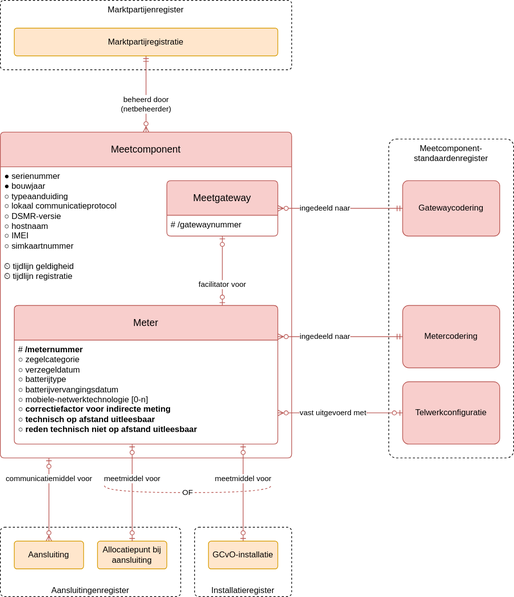
The draw.io diagram modellen/registers/meetcomponentenregister/1.0.0/model.drawio.svg in sefanja/nbnl-conceptuele-informatiemodellen, before a commit. Source tidied: cells renumbered, new cells last; positions are measured from the earlier drawing's top-left corner, leaving out a move shared by most shapes.
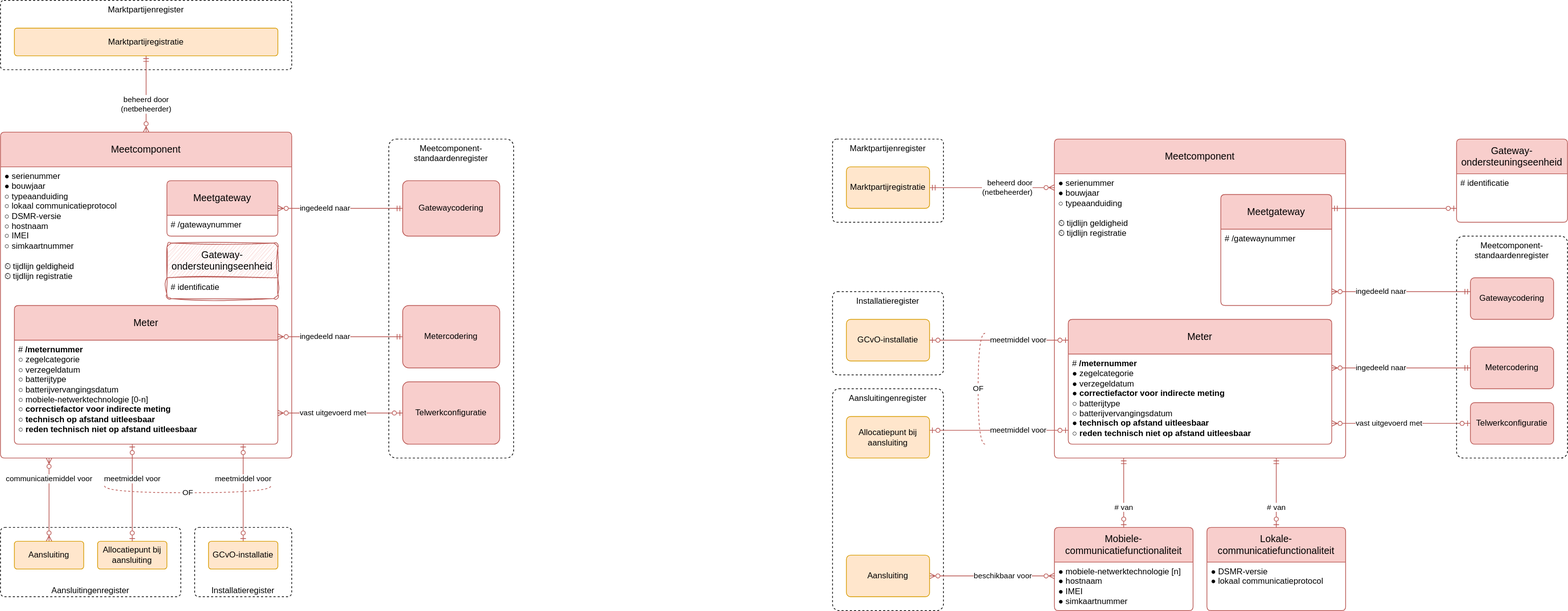
After the change.

Diff of the diagram source:
```diff
@@ -69,7 +69,7 @@
     <mxCell id="21" value="# /gatewaynummer" style="align=left;strokeColor=none;fillColor=none;spacingLeft=4;fontSize=12;verticalAlign=top;fontStyle=0;html=1;" parent="20" vertex="1">
       <mxGeometry y="50" width="160" height="30" as="geometry" />
     </mxCell>
-    <mxCell id="22" value="communicatiemiddel voor" style="edgeStyle=elbowEdgeStyle;fontSize=11;html=1;endArrow=ERzeroToMany;startArrow=ERzeroToOne;rounded=0;startFill=0;align=center;endFill=0;jumpStyle=none;fontStyle=0;fillColor=#f8cecc;strokeColor=#b85450;" parent="1" edge="1" source="6" target="23">
+    <mxCell id="22" value="communicatiemiddel voor" style="edgeStyle=elbowEdgeStyle;fontSize=11;html=1;endArrow=ERzeroToMany;startArrow=ERzeroToMany;rounded=0;startFill=0;align=center;endFill=0;jumpStyle=none;fontStyle=0;fillColor=#f8cecc;strokeColor=#b85450;" parent="1" edge="1" source="6" target="23">
       <mxGeometry x="-0.5" relative="1" as="geometry" />
     </mxCell>
     <mxCell id="23" value="Aansluiting" style="rounded=1;arcSize=10;whiteSpace=wrap;html=1;align=center;fillColor=#ffe6cc;strokeColor=#d79b00;" parent="1" vertex="1">
@@ -84,8 +84,126 @@
     <mxCell id="26" value="Telwerkconfiguratie" style="rounded=1;arcSize=10;whiteSpace=wrap;html=1;align=center;fillColor=#f8cecc;verticalAlign=middle;strokeColor=#b85450;" parent="1" vertex="1">
       <mxGeometry x="580" y="550" width="140" height="90" as="geometry" />
     </mxCell>
-    <mxCell id="27" value="facilitator voor" style="edgeStyle=elbowEdgeStyle;fontSize=11;html=1;endArrow=ERzeroToOne;startArrow=ERzeroToOne;rounded=1;startFill=0;align=center;endFill=0;jumpStyle=none;fontStyle=0;fillColor=#f8cecc;strokeColor=#b85450;" parent="1" edge="1" source="9" target="20">
-      <mxGeometry x="-0.4" relative="1" as="geometry" />
-    </mxCell>
+    <mxCell id="28" value="&lt;div&gt;Gateway-ondersteuningseenheid&lt;/div&gt;" style="swimlane;horizontal=1;startSize=50;rounded=1;fontSize=14;fontStyle=0;strokeWidth=1;shadow=0;dashed=0;align=center;fillColor=#f8cecc;strokeColor=#b85450;arcSize=4;whiteSpace=wrap;html=1;sketch=1;curveFitting=1;jiggle=2;" parent="1" vertex="1">
+      <mxGeometry x="240" y="350" width="160" height="80" as="geometry" />
+    </mxCell>
+    <mxCell id="29" value="# identificatie" style="align=left;strokeColor=none;fillColor=none;spacingLeft=4;fontSize=12;verticalAlign=top;fontStyle=0;html=1;" parent="28" vertex="1">
+      <mxGeometry y="50" width="160" height="30" as="geometry" />
+    </mxCell>
+    <mxCell id="30" value="Meetcomponent-standaardenregister" style="rounded=1;whiteSpace=wrap;html=1;dashed=1;verticalAlign=top;arcSize=6;" parent="1" vertex="1">
+      <mxGeometry x="2100" y="340" width="160" height="320" as="geometry" />
+    </mxCell>
+    <mxCell id="31" value="vast uitgevoerd&amp;nbsp;&lt;span style=&quot;background-color: light-dark(#ffffff, var(--ge-dark-color, #121212)); color: light-dark(rgb(0, 0, 0), rgb(255, 255, 255));&quot;&gt;met&lt;/span&gt;" style="endArrow=ERzeroToOne;html=1;rounded=0;startArrow=ERzeroToMany;startFill=0;endFill=0;edgeStyle=elbowEdgeStyle;align=left;fillColor=#f8cecc;strokeColor=#b85450;elbow=vertical;" parent="1" edge="1" source="37" target="53">
+      <mxGeometry x="-0.67" relative="1" as="geometry" />
+    </mxCell>
+    <mxCell id="32" value="ingedeeld naar" style="endArrow=ERmandOne;html=1;rounded=0;endFill=0;startArrow=ERzeroToMany;startFill=0;edgeStyle=elbowEdgeStyle;fillColor=#f8cecc;strokeColor=#b85450;align=left;elbow=vertical;" parent="1" edge="1" source="47" target="51">
+      <mxGeometry x="-0.67" relative="1" as="geometry" />
+    </mxCell>
+    <mxCell id="33" value="ingedeeld naar" style="edgeStyle=elbowEdgeStyle;fontSize=11;html=1;endArrow=ERmandOne;startArrow=ERzeroToMany;rounded=0;endFill=0;fontStyle=0;align=left;startFill=0;fillColor=#f8cecc;strokeColor=#b85450;elbow=vertical;" parent="1" edge="1" source="37" target="52">
+      <mxGeometry x="-0.67" relative="1" as="geometry" />
+    </mxCell>
+    <mxCell id="34" value="Meetcomponent" style="swimlane;horizontal=1;startSize=50;rounded=1;fontSize=14;fontStyle=0;strokeWidth=1;shadow=0;dashed=0;align=center;fillColor=#f8cecc;strokeColor=#b85450;arcSize=4;whiteSpace=wrap;html=1;" parent="1" vertex="1">
+      <mxGeometry x="1520" y="200" width="420" height="460" as="geometry" />
+    </mxCell>
+    <mxCell id="35" value="●&amp;nbsp;serienummer&lt;br&gt;●&amp;nbsp;bouwjaar&lt;br&gt;&lt;div&gt;&lt;/div&gt;&lt;div&gt;○ typeaanduiding&lt;/div&gt;&lt;div&gt;&lt;br&gt;&lt;/div&gt;&lt;div&gt;&lt;span style=&quot;background-color: transparent;&quot;&gt;⏲ tijdlijn geldigheid&lt;/span&gt;&lt;/div&gt;&lt;div&gt;⏲ tijdlijn registratie&lt;span style=&quot;background-color: transparent;&quot;&gt;&lt;/span&gt;&lt;/div&gt;" style="align=left;strokeColor=none;fillColor=none;spacingLeft=4;fontSize=12;verticalAlign=top;fontStyle=0;html=1;" parent="34" vertex="1">
+      <mxGeometry y="50" width="420" height="410" as="geometry" />
+    </mxCell>
+    <mxCell id="36" value="Aansluitingenregister" style="rounded=1;whiteSpace=wrap;html=1;dashed=1;verticalAlign=top;arcSize=6;" parent="1" vertex="1">
+      <mxGeometry x="1200" y="560" width="160" height="320" as="geometry" />
+    </mxCell>
+    <mxCell id="37" value="Meter" style="swimlane;horizontal=1;startSize=50;rounded=1;fontSize=14;fontStyle=0;strokeWidth=1;shadow=0;dashed=0;align=center;fillColor=#f8cecc;strokeColor=#b85450;arcSize=4;whiteSpace=wrap;html=1;" parent="1" vertex="1">
+      <mxGeometry x="1540" y="460" width="380" height="180" as="geometry" />
+    </mxCell>
+    <mxCell id="38" value="&lt;div&gt;&lt;div&gt;#&amp;nbsp;&lt;b&gt;/meternummer&lt;/b&gt;&lt;/div&gt;&lt;div&gt;&lt;/div&gt;&lt;/div&gt;&lt;div&gt;&lt;span style=&quot;background-color: transparent; color: light-dark(rgb(0, 0, 0), rgb(255, 255, 255));&quot;&gt;●&lt;/span&gt;&lt;span style=&quot;background-color: initial; color: light-dark(rgb(0, 0, 0), rgb(255, 255, 255));&quot;&gt;&amp;nbsp;zegelcategorie&lt;/span&gt;&lt;/div&gt;&lt;div&gt;&lt;div&gt;&lt;span style=&quot;background-color: transparent; color: light-dark(rgb(0, 0, 0), rgb(255, 255, 255));&quot;&gt;●&lt;/span&gt;&amp;nbsp;verzegeldatum&lt;/div&gt;&lt;div&gt;&lt;span style=&quot;background-color: transparent; color: light-dark(rgb(0, 0, 0), rgb(255, 255, 255));&quot;&gt;●&lt;/span&gt;&lt;span style=&quot;background-color: transparent; color: light-dark(rgb(0, 0, 0), rgb(255, 255, 255));&quot;&gt;&amp;nbsp;&lt;/span&gt;&lt;b style=&quot;background-color: transparent; color: light-dark(rgb(0, 0, 0), rgb(255, 255, 255));&quot;&gt;correctiefactor&amp;nbsp;voor indirecte meting&lt;/b&gt;&lt;/div&gt;&lt;div&gt;&lt;div&gt;&lt;span style=&quot;background-color: transparent; color: light-dark(rgb(0, 0, 0), rgb(255, 255, 255));&quot;&gt;○ batterijtype&lt;/span&gt;&lt;/div&gt;&lt;div&gt;○ batterijvervangingsdatum&lt;/div&gt;&lt;div&gt;&lt;/div&gt;&lt;div&gt;&lt;span style=&quot;background-color: transparent; color: light-dark(rgb(0, 0, 0), rgb(255, 255, 255));&quot;&gt;●&lt;/span&gt;&lt;span style=&quot;background-color: initial; color: light-dark(rgb(0, 0, 0), rgb(255, 255, 255));&quot;&gt;&amp;nbsp;&lt;/span&gt;&lt;span style=&quot;background-color: initial; color: light-dark(rgb(0, 0, 0), rgb(255, 255, 255));&quot;&gt;&lt;b&gt;technisch op afstand uitleesbaar&lt;/b&gt;&lt;/span&gt;&lt;/div&gt;&lt;div&gt;○&amp;nbsp;&lt;b&gt;reden technisch niet op afstand&amp;nbsp;&lt;span style=&quot;background-color: transparent; color: light-dark(rgb(0, 0, 0), rgb(255, 255, 255));&quot;&gt;uitleesbaar&lt;/span&gt;&lt;/b&gt;&lt;/div&gt;&lt;/div&gt;&lt;/div&gt;" style="align=left;strokeColor=none;fillColor=none;spacingLeft=4;fontSize=12;verticalAlign=top;fontStyle=0;html=1;" parent="37" vertex="1">
+      <mxGeometry y="50" width="380" height="130" as="geometry" />
+    </mxCell>
+    <mxCell id="39" value="Installatieregister" style="rounded=1;whiteSpace=wrap;html=1;dashed=1;verticalAlign=top;arcSize=6;" parent="1" vertex="1">
+      <mxGeometry x="1200" y="420" width="160" height="120" as="geometry" />
+    </mxCell>
+    <mxCell id="40" value="meetmiddel voor" style="edgeStyle=elbowEdgeStyle;fontSize=11;html=1;endArrow=ERzeroToOne;startArrow=ERzeroToOne;rounded=0;startFill=0;align=right;endFill=0;fontStyle=0;fillColor=#f8cecc;strokeColor=#b85450;elbow=vertical;" parent="1" edge="1" source="37" target="44">
+      <mxGeometry x="-0.7" relative="1" as="geometry" />
+    </mxCell>
+    <mxCell id="41" value="Marktpartijenregister" style="rounded=1;whiteSpace=wrap;html=1;verticalAlign=top;sketch=0;fontSize=12;dashed=1;arcSize=5;" parent="1" vertex="1">
+      <mxGeometry x="1200" y="200" width="160" height="120" as="geometry" />
+    </mxCell>
+    <mxCell id="42" value="beheerd door&lt;div&gt;(netbeheerder)&lt;/div&gt;" style="endArrow=ERmandOne;html=1;rounded=0;startArrow=ERzeroToMany;startFill=0;endFill=0;align=right;edgeStyle=elbowEdgeStyle;fillColor=#f8cecc;strokeColor=#b85450;elbow=vertical;" parent="1" edge="1" source="34" target="45">
+      <mxGeometry x="-0.67" relative="1" as="geometry" />
+    </mxCell>
+    <mxCell id="43" value="Allocatiepunt bij aansluiting" style="rounded=1;arcSize=10;whiteSpace=wrap;html=1;align=center;fillColor=#ffe6cc;strokeColor=#d79b00;" parent="1" vertex="1">
+      <mxGeometry x="1220" y="600" width="120" height="60" as="geometry" />
+    </mxCell>
+    <mxCell id="44" value="GCvO-installatie" style="rounded=1;arcSize=10;whiteSpace=wrap;html=1;align=center;fillColor=#ffe6cc;strokeColor=#d79b00;" parent="1" vertex="1">
+      <mxGeometry x="1220" y="460" width="120" height="60" as="geometry" />
+    </mxCell>
+    <mxCell id="45" value="Marktpartijregistratie" style="rounded=1;arcSize=10;whiteSpace=wrap;html=1;align=center;fillColor=#ffe6cc;strokeColor=#d79b00;" parent="1" vertex="1">
+      <mxGeometry x="1220" y="240" width="120" height="60" as="geometry" />
+    </mxCell>
+    <mxCell id="46" value="meetmiddel voor" style="edgeStyle=elbowEdgeStyle;fontSize=11;html=1;endArrow=ERzeroToOne;startArrow=ERzeroToOne;rounded=0;startFill=0;align=right;endFill=0;jumpStyle=none;fontStyle=0;fillColor=#f8cecc;strokeColor=#b85450;elbow=vertical;" parent="1" edge="1" source="37" target="43">
+      <mxGeometry x="-0.7" relative="1" as="geometry" />
+    </mxCell>
+    <mxCell id="47" value="&lt;div&gt;Meetgateway&lt;/div&gt;" style="swimlane;horizontal=1;startSize=50;rounded=1;fontSize=14;fontStyle=0;strokeWidth=1;shadow=0;dashed=0;align=center;fillColor=#f8cecc;strokeColor=#b85450;arcSize=4;whiteSpace=wrap;html=1;" parent="1" vertex="1">
+      <mxGeometry x="1760" y="280" width="160" height="160" as="geometry" />
+    </mxCell>
+    <mxCell id="48" value="# /gatewaynummer" style="align=left;strokeColor=none;fillColor=none;spacingLeft=4;fontSize=12;verticalAlign=top;fontStyle=0;html=1;" parent="47" vertex="1">
+      <mxGeometry y="50" width="160" height="110" as="geometry" />
+    </mxCell>
+    <mxCell id="49" value="beschikbaar voor" style="edgeStyle=elbowEdgeStyle;fontSize=11;html=1;endArrow=ERzeroToMany;startArrow=ERzeroToMany;rounded=0;startFill=0;align=right;endFill=0;jumpStyle=none;fontStyle=0;fillColor=#f8cecc;strokeColor=#b85450;elbow=vertical;" parent="1" edge="1" source="56" target="50">
+      <mxGeometry x="-0.67" relative="1" as="geometry">
+        <mxPoint x="-1" as="offset" />
+      </mxGeometry>
+    </mxCell>
+    <mxCell id="50" value="Aansluiting" style="rounded=1;arcSize=10;whiteSpace=wrap;html=1;align=center;fillColor=#ffe6cc;strokeColor=#d79b00;" parent="1" vertex="1">
+      <mxGeometry x="1220" y="800" width="120" height="60" as="geometry" />
+    </mxCell>
+    <mxCell id="51" value="Gatewaycodering" style="rounded=1;arcSize=10;whiteSpace=wrap;html=1;align=center;fillColor=#f8cecc;verticalAlign=middle;strokeColor=#b85450;" parent="1" vertex="1">
+      <mxGeometry x="2120" y="400" width="120" height="60" as="geometry" />
+    </mxCell>
+    <mxCell id="52" value="Metercodering" style="rounded=1;arcSize=10;whiteSpace=wrap;html=1;align=center;fillColor=#f8cecc;verticalAlign=middle;strokeColor=#b85450;" parent="1" vertex="1">
+      <mxGeometry x="2120" y="500" width="120" height="60" as="geometry" />
+    </mxCell>
+    <mxCell id="53" value="Telwerkconfiguratie" style="rounded=1;arcSize=10;whiteSpace=wrap;html=1;align=center;fillColor=#f8cecc;verticalAlign=middle;strokeColor=#b85450;" parent="1" vertex="1">
+      <mxGeometry x="2120" y="580" width="120" height="60" as="geometry" />
+    </mxCell>
+    <mxCell id="54" value="&lt;div&gt;Gateway-ondersteuningseenheid&lt;/div&gt;" style="swimlane;horizontal=1;startSize=50;rounded=1;fontSize=14;fontStyle=0;strokeWidth=1;shadow=0;dashed=0;align=center;fillColor=#f8cecc;strokeColor=#b85450;arcSize=4;whiteSpace=wrap;html=1;" parent="1" vertex="1">
+      <mxGeometry x="2100" y="200" width="160" height="120" as="geometry" />
+    </mxCell>
+    <mxCell id="55" value="# identificatie" style="align=left;strokeColor=none;fillColor=none;spacingLeft=4;fontSize=12;verticalAlign=top;fontStyle=0;html=1;" parent="54" vertex="1">
+      <mxGeometry y="50" width="160" height="70" as="geometry" />
+    </mxCell>
+    <mxCell id="56" value="Mobiele-communicatiefunctionaliteit" style="swimlane;horizontal=1;startSize=50;rounded=1;fontSize=14;fontStyle=0;strokeWidth=1;shadow=0;dashed=0;align=center;fillColor=#f8cecc;strokeColor=#b85450;arcSize=4;whiteSpace=wrap;html=1;" parent="1" vertex="1">
+      <mxGeometry x="1520" y="760" width="200" height="120" as="geometry" />
+    </mxCell>
+    <mxCell id="57" value="&lt;div&gt;&lt;span style=&quot;background-color: transparent; color: light-dark(rgb(0, 0, 0), rgb(255, 255, 255));&quot;&gt;●&lt;/span&gt;&amp;nbsp;mobiele-netwerktechnologie [n]&lt;/div&gt;&lt;div&gt;&lt;span style=&quot;background-color: transparent; color: light-dark(rgb(0, 0, 0), rgb(255, 255, 255));&quot;&gt;●&lt;/span&gt;&lt;span style=&quot;background-color: transparent; color: light-dark(rgb(0, 0, 0), rgb(255, 255, 255));&quot;&gt;&amp;nbsp;hostnaam&lt;/span&gt;&lt;/div&gt;&lt;div&gt;&lt;span style=&quot;background-color: transparent; color: light-dark(rgb(0, 0, 0), rgb(255, 255, 255));&quot;&gt;●&lt;/span&gt;&lt;span style=&quot;background-color: transparent; color: light-dark(rgb(0, 0, 0), rgb(255, 255, 255));&quot;&gt;&amp;nbsp;IMEI&lt;/span&gt;&lt;/div&gt;&lt;div&gt;&lt;div&gt;&lt;span style=&quot;background-color: transparent; color: light-dark(rgb(0, 0, 0), rgb(255, 255, 255));&quot;&gt;●&lt;/span&gt;&lt;span style=&quot;background-color: transparent; color: light-dark(rgb(0, 0, 0), rgb(255, 255, 255));&quot;&gt;&amp;nbsp;simkaartnummer&lt;/span&gt;&lt;/div&gt;&lt;/div&gt;" style="align=left;strokeColor=none;fillColor=none;spacingLeft=4;fontSize=12;verticalAlign=top;fontStyle=0;html=1;" parent="56" vertex="1">
+      <mxGeometry y="50" width="200" height="70" as="geometry" />
+    </mxCell>
+    <mxCell id="58" value="Lokale-communicatiefunctionaliteit" style="swimlane;horizontal=1;startSize=50;rounded=1;fontSize=14;fontStyle=0;strokeWidth=1;shadow=0;dashed=0;align=center;fillColor=#f8cecc;strokeColor=#b85450;arcSize=4;whiteSpace=wrap;html=1;" parent="1" vertex="1">
+      <mxGeometry x="1740" y="760" width="200" height="120" as="geometry" />
+    </mxCell>
+    <mxCell id="59" value="&lt;div&gt;&lt;span style=&quot;background-color: transparent; color: light-dark(rgb(0, 0, 0), rgb(255, 255, 255));&quot;&gt;●&lt;/span&gt;&lt;span style=&quot;background-color: transparent; color: light-dark(rgb(0, 0, 0), rgb(255, 255, 255));&quot;&gt;&amp;nbsp;DSMR-versie&lt;/span&gt;&lt;/div&gt;&lt;div&gt;&lt;span style=&quot;background-color: transparent; color: light-dark(rgb(0, 0, 0), rgb(255, 255, 255));&quot;&gt;●&lt;/span&gt;&lt;span style=&quot;background-color: transparent; color: light-dark(rgb(0, 0, 0), rgb(255, 255, 255));&quot;&gt;&amp;nbsp;&lt;/span&gt;&lt;span style=&quot;background-color: transparent; color: light-dark(rgb(0, 0, 0), rgb(255, 255, 255));&quot;&gt;lokaal communicatieprotocol&lt;/span&gt;&lt;/div&gt;" style="align=left;strokeColor=none;fillColor=none;spacingLeft=4;fontSize=12;verticalAlign=top;fontStyle=0;html=1;" parent="58" vertex="1">
+      <mxGeometry y="50" width="200" height="70" as="geometry" />
+    </mxCell>
+    <mxCell id="60" value="# van" style="endArrow=ERmandOne;html=1;rounded=0;endFill=0;startArrow=ERzeroToOne;startFill=0;fillColor=#f8cecc;strokeColor=#b85450;edgeStyle=elbowEdgeStyle;align=center;" parent="1" edge="1" source="56" target="34">
+      <mxGeometry x="-0.4" relative="1" as="geometry">
+        <mxPoint y="1" as="offset" />
+      </mxGeometry>
+    </mxCell>
+    <mxCell id="61" value="# van" style="endArrow=ERmandOne;html=1;rounded=0;endFill=0;startArrow=ERzeroToOne;startFill=0;fillColor=#f8cecc;strokeColor=#b85450;edgeStyle=elbowEdgeStyle;align=center;" parent="1" edge="1" source="58" target="34">
+      <mxGeometry x="-0.4" relative="1" as="geometry">
+        <mxPoint y="1" as="offset" />
+      </mxGeometry>
+    </mxCell>
+    <mxCell id="62" style="endArrow=ERmandOne;html=1;rounded=0;endFill=0;startArrow=ERzeroToOne;startFill=0;fillColor=#f8cecc;strokeColor=#b85450;edgeStyle=elbowEdgeStyle;elbow=vertical;" parent="1" edge="1" source="54" target="47">
+      <mxGeometry relative="1" as="geometry" />
+    </mxCell>
+    <mxCell id="63" value="OF" style="endArrow=none;dashed=1;html=1;rounded=0;fillColor=#f8cecc;strokeColor=#b85450;edgeStyle=orthogonalEdgeStyle;curved=1;" parent="1" edge="1">
+      <mxGeometry relative="1" as="geometry">
+        <mxPoint x="1420" y="640" as="sourcePoint" />
+        <mxPoint x="1420" y="480" as="targetPoint" />
+        <Array as="points">
+          <mxPoint x="1410" y="640" />
+          <mxPoint x="1410" y="480" />
+        </Array>
+      </mxGeometry>
+    </mxCell>
   </root>
 </mxGraphModel>
```
